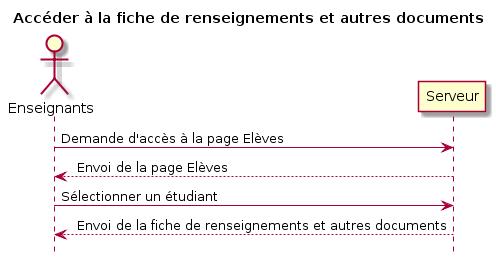
The PlantUML diagram Diagramme/ENSEIGNANT/Acceder a la fiche de renseignements et autres documents2.png in Lilieon/MOCI---Projet-stage, before a commit.
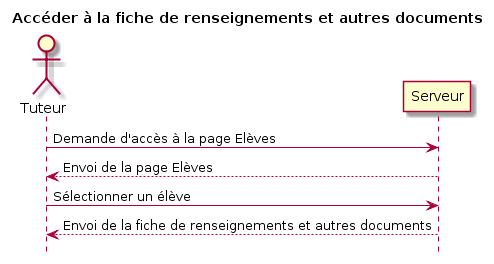
The same file after the commit.

Diff of the diagram source:
```diff
@@ -2,13 +2,15 @@
 title Accéder à la fiche de renseignements et autres documents
 
 
+actor Tuteur
 
-actor Enseignants
 
-Enseignants  -> Serveur: Demande d'accès à la page Elèves
-Serveur --> Enseignants : Envois de la page Elèves
-Enseignants   -> Serveur: Sélectionner un étudiant
-Serveur --> Enseignants  : Envois de la fiche de renseignements et autres documents
+Tuteur   -> Serveur: Demande d'accès à la page Elèves
+Serveur --> Tuteur  : Envoi de la page Elèves
+
+
+Tuteur   -> Serveur: Sélectionner un élève
+Serveur --> Tuteur  : Envoi de la fiche de renseignements et autres documents
 
 
 hide footbox
```
